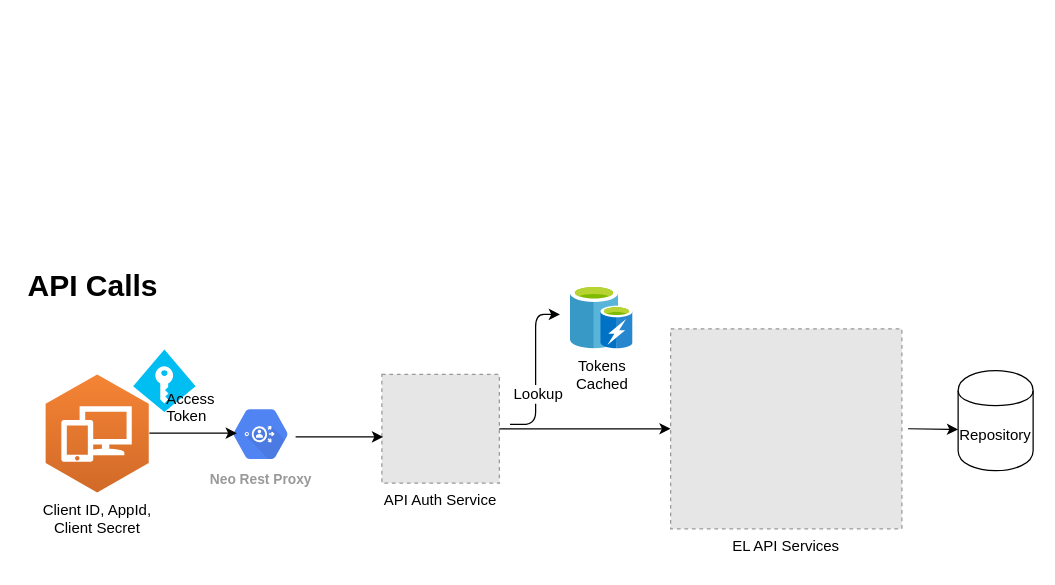
Earlier version of the draw.io diagram API Access.drawio (kpbindu/Diagrams). Source tidied: cells renumbered, new cells numbered last; positions are measured from the earlier drawing's top-left corner, leaving out a move shared by most shapes. Both pictures are drawn from the tidied source at 125%, with x=0, y=0 at pixel (21, 261). Pictures stored in the file or linked from it are replaced by grey dashed boxes.
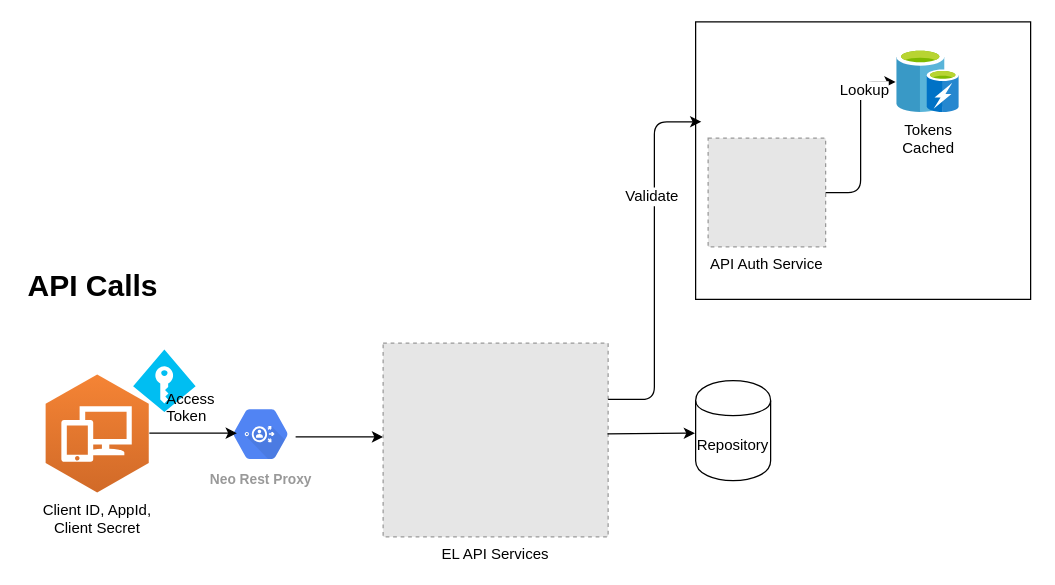
The same diagram, later.

What changed in the source:
```diff
@@
+    <mxCell id="17" style="rounded=0;whiteSpace=wrap;html=1;" parent="1" vertex="1">
+      <mxGeometry x="539" y="-192" width="268" height="222" as="geometry" />
+    </mxCell>
@@
-    <mxCell id="5" value="API Auth Service" style="fillColor=#E6E6E6;strokeColor=#999999;dashed=1;verticalLabelPosition=bottom;labelBackgroundColor=#ffffff;verticalAlign=top;" parent="1" vertex="1">
-      <mxGeometry x="288" y="90" width="94" height="87" as="geometry" />
-    </mxCell>
@@
-    <mxCell id="10" value="Tokens&lt;br&gt;Cached" style="html=1;perimeter=none;align=center;shadow=0;dashed=0;image;fontSize=12;image=img/lib/mscae/Cache_including_Redis.svg;" parent="1" vertex="1">
-      <mxGeometry x="439" y="20" width="50" height="50" as="geometry" />
-    </mxCell>
-    <mxCell id="11" style="edgeStyle=elbowEdgeStyle;elbow=horizontal;endArrow=classic;html=1;" parent="1" edge="1">
-      <mxGeometry relative="1" as="geometry">
-        <mxPoint x="390.5" y="130" as="sourcePoint" />
-        <mxPoint x="430.5" y="42" as="targetPoint" />
-      </mxGeometry>
-    </mxCell>
-    <mxCell id="12" value="Lookup" style="text;html=1;align=center;verticalAlign=middle;labelBackgroundColor=#ffffff;" parent="11" vertex="1">
-      <mxGeometry x="-0.29" y="-1" relative="1" as="geometry" />
-    </mxCell>
     <mxCell id="13" value="EL API Services&#10;" style="fillColor=#E6E6E6;strokeColor=#999999;dashed=1;verticalLabelPosition=bottom;labelBackgroundColor=#ffffff;verticalAlign=top;" parent="1" vertex="1">
-      <mxGeometry x="519" y="53.5" width="185" height="160" as="geometry" />
+      <mxGeometry x="289" y="65" width="180" height="155" as="geometry" />
     </mxCell>
     <mxCell id="14" value="Repository" style="shape=cylinder;whiteSpace=wrap;html=1;boundedLbl=1;backgroundOutline=1;" parent="1" vertex="1">
-      <mxGeometry x="749" y="87" width="60" height="80" as="geometry" />
+      <mxGeometry x="539" y="95" width="60" height="80" as="geometry" />
     </mxCell>
-    <mxCell id="15" style="endArrow=classic;html=1;entryX=0;entryY=0.5;entryDx=0;entryDy=0;exitX=1;exitY=0.5;exitDx=0;exitDy=0;" parent="1" edge="1" source="5" target="13">
-      <mxGeometry relative="1" as="geometry" />
-    </mxCell>
-    <mxCell id="16" style="endArrow=classic;html=1;exitX=1;exitY=0.5;exitDx=0;exitDy=0;" parent="1" edge="1">
+    <mxCell id="16" style="endArrow=classic;html=1;" parent="1" edge="1">
       <mxGeometry relative="1" as="geometry">
-        <mxPoint x="709" y="133.5" as="sourcePoint" />
-        <mxPoint x="749" y="134" as="targetPoint" />
+        <mxPoint x="468.5" y="137.5" as="sourcePoint" />
+        <mxPoint x="538.5" y="137" as="targetPoint" />
       </mxGeometry>
     </mxCell>
+    <mxCell id="5" value="API Auth Service" style="fillColor=#E6E6E6;strokeColor=#999999;dashed=1;verticalLabelPosition=bottom;labelBackgroundColor=#ffffff;verticalAlign=top;" parent="1" vertex="1">
+      <mxGeometry x="549" y="-99" width="94" height="87" as="geometry" />
+    </mxCell>
+    <mxCell id="10" value="Tokens&lt;br&gt;Cached" style="html=1;perimeter=none;align=center;shadow=0;dashed=0;image;fontSize=12;image=img/lib/mscae/Cache_including_Redis.svg;" parent="1" vertex="1">
+      <mxGeometry x="700" y="-169" width="50" height="50" as="geometry" />
+    </mxCell>
+    <mxCell id="18" style="edgeStyle=elbowEdgeStyle;elbow=horizontal;endArrow=classic;html=1;exitX=1;exitY=0.5;exitDx=0;exitDy=0;" parent="1" edge="1" source="5">
+      <mxGeometry relative="1" as="geometry">
+        <mxPoint x="699" y="-144" as="targetPoint" />
+      </mxGeometry>
+    </mxCell>
+    <mxCell id="12" value="Lookup" style="text;html=1;align=center;verticalAlign=middle;labelBackgroundColor=#ffffff;" parent="18" vertex="1">
+      <mxGeometry x="0.52" y="-2" relative="1" as="geometry" />
+    </mxCell>
+    <mxCell id="19" style="edgeStyle=elbowEdgeStyle;elbow=horizontal;endArrow=classic;html=1;entryX=0.017;entryY=0.36;entryDx=0;entryDy=0;entryPerimeter=0;" parent="1" edge="1" target="17">
+      <mxGeometry relative="1" as="geometry">
+        <mxPoint x="469" y="110" as="sourcePoint" />
+      </mxGeometry>
+    </mxCell>
+    <mxCell id="20" value="Validate" style="text;html=1;align=center;verticalAlign=middle;labelBackgroundColor=#ffffff;" parent="19" vertex="1">
+      <mxGeometry x="0.35" y="3" relative="1" as="geometry" />
+    </mxCell>
```
